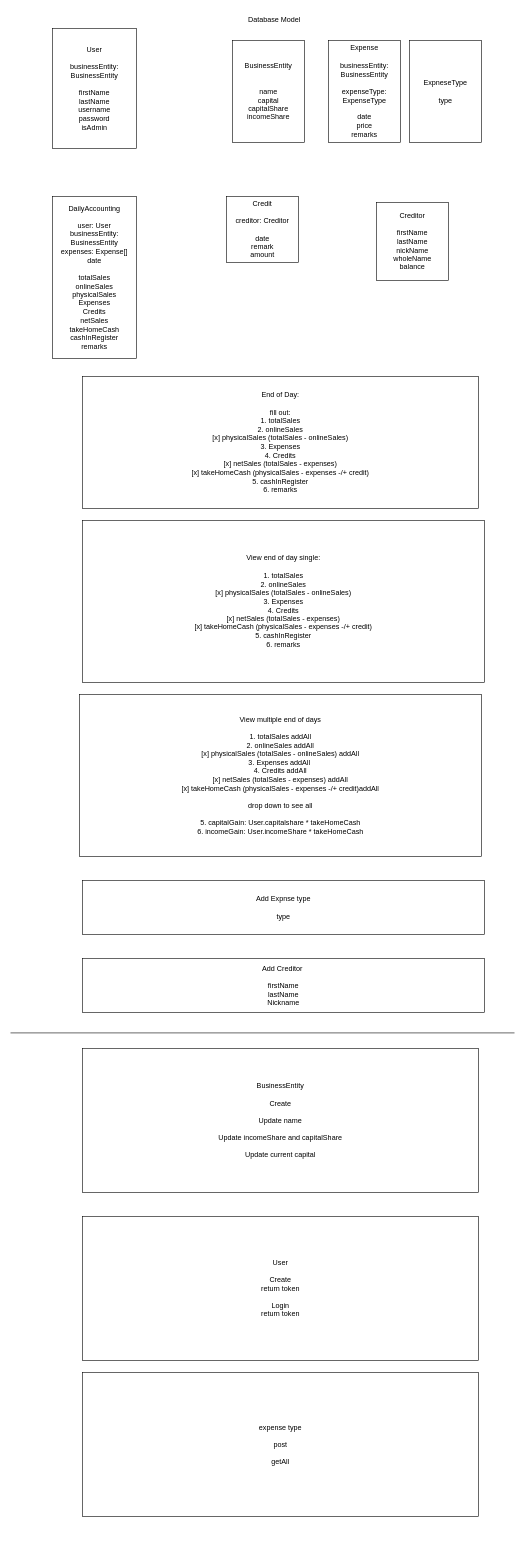
Before: accounting-app.drawio in Jacob-Co/annyeong-accounting-app, a draw.io diagram. Source tidied: cells renumbered, new cells numbered last; positions are measured from the earlier drawing's top-left corner, leaving out a move shared by most shapes. Both pictures are drawn from the tidied source at 60%, with x=0, y=0 at pixel (10, 10).
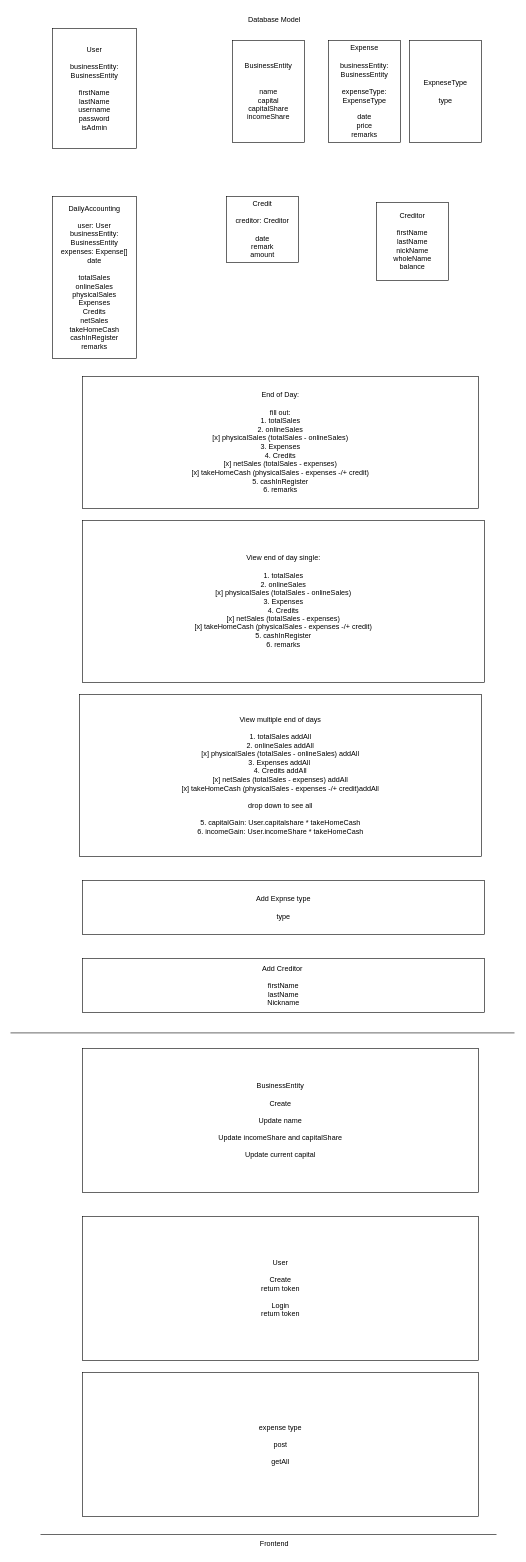
Above is the later version.

Commit message (it also covers changes not shown here):
Added get / for businessEntity

The edit, as a diff of the source:
```diff
@@
+    <mxCell id="19" value="Frontend" style="text;html=1;strokeColor=none;fillColor=none;align=center;verticalAlign=middle;whiteSpace=wrap;rounded=0;" parent="1" vertex="1">
+      <mxGeometry x="410" y="2540" width="60" height="30" as="geometry" />
+    </mxCell>
+    <mxCell id="20" style="endArrow=none;html=1;rounded=0;" parent="1" edge="1">
+      <mxGeometry relative="1" as="geometry">
+        <mxPoint x="50" y="2540" as="sourcePoint" />
+        <mxPoint x="810" y="2540" as="targetPoint" />
+      </mxGeometry>
+    </mxCell>
```
